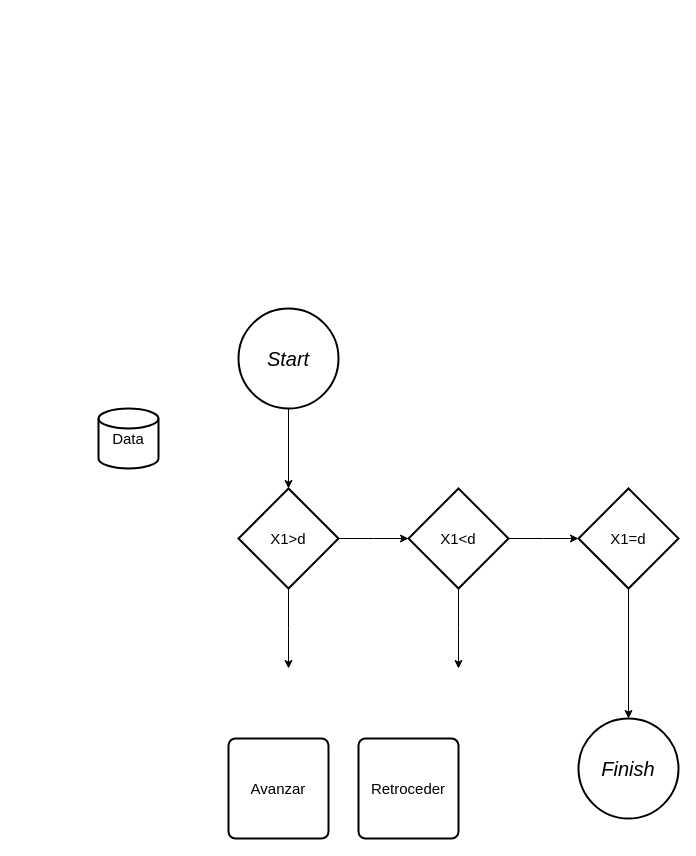
Above: MecTecTp2.drawio in Tmas-mnslla-pnzzo/Calculadora-de-Vectores (draw.io), before the change. Source tidied: cells renumbered, new cells numbered last; positions are measured from the earlier drawing's top-left corner, leaving out a move shared by most shapes. Both pictures are drawn from the tidied source at 100%, with x=0, y=0 at pixel (98, 308).
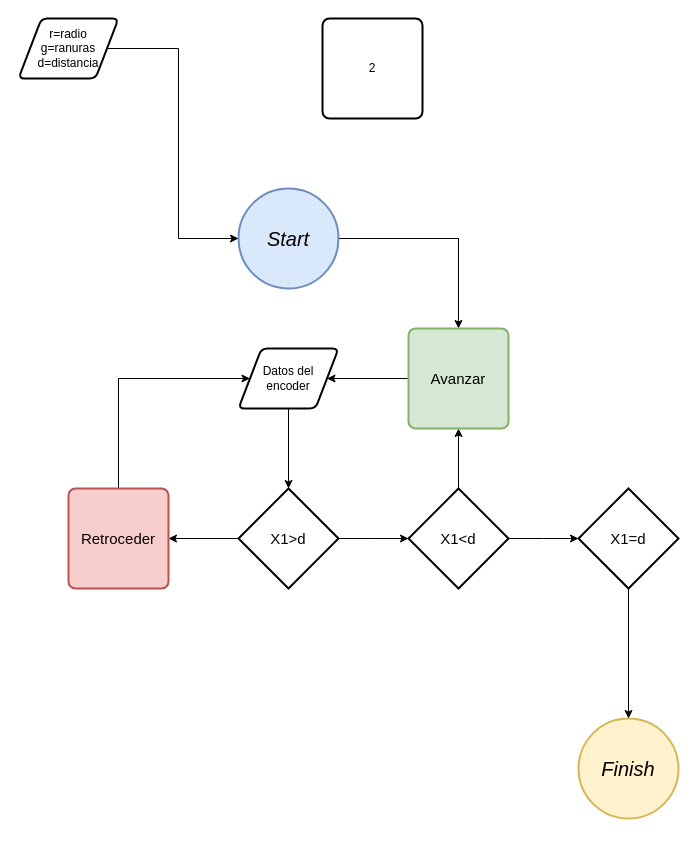
After the change.

Unchanged cells that the change refers to:
```xml
<mxCell id="4" value="&lt;font style=&quot;font-size: 15px;&quot;&gt;X1&amp;gt;d&lt;/font&gt;" style="strokeWidth=2;html=1;shape=mxgraph.flowchart.decision;whiteSpace=wrap;" parent="1" vertex="1">
  <mxGeometry x="140" y="180" width="100" height="100" as="geometry" />
</mxCell>
<mxCell id="11" value="&lt;font style=&quot;font-size: 15px;&quot;&gt;X1&amp;lt;d&lt;/font&gt;" style="strokeWidth=2;html=1;shape=mxgraph.flowchart.decision;whiteSpace=wrap;" parent="1" vertex="1">
  <mxGeometry x="310" y="180" width="100" height="100" as="geometry" />
</mxCell>
```

What changed in the source:
```diff
@@
-    <mxCell id="2" style="edgeStyle=orthogonalEdgeStyle;rounded=0;jettySize=auto;html=1;exitX=0.5;exitY=1;exitDx=0;exitDy=0;exitPerimeter=0;" parent="1" edge="1" source="4">
-      <mxGeometry relative="1" as="geometry">
-        <mxPoint x="190" y="360" as="targetPoint" />
-        <Array as="points">
-          <mxPoint x="190" y="320" />
-          <mxPoint x="190" y="320" />
-        </Array>
-      </mxGeometry>
-    </mxCell>
@@
+    <mxCell id="16" style="edgeStyle=orthogonalEdgeStyle;rounded=0;jettySize=auto;html=1;exitX=0;exitY=0.5;exitDx=0;exitDy=0;exitPerimeter=0;entryX=1;entryY=0.5;entryDx=0;entryDy=0;labelBorderColor=none;" parent="1" edge="1" source="4" target="15">
+      <mxGeometry relative="1" as="geometry" />
+    </mxCell>
@@
-    <mxCell id="5" style="edgeStyle=orthogonalEdgeStyle;rounded=0;jettySize=auto;html=1;entryX=0.5;entryY=0;entryDx=0;entryDy=0;entryPerimeter=0;" parent="1" edge="1" source="6" target="4">
+    <mxCell id="5" style="edgeStyle=orthogonalEdgeStyle;rounded=0;jettySize=auto;html=1;entryX=0.5;entryY=0;entryDx=0;entryDy=0;" parent="1" edge="1" source="6" target="14">
       <mxGeometry relative="1" as="geometry" />
     </mxCell>
-    <mxCell id="6" value="&lt;font style=&quot;font-size: 20px;&quot;&gt;&lt;i&gt;Start&lt;/i&gt;&lt;/font&gt;" style="strokeWidth=2;html=1;shape=mxgraph.flowchart.start_2;whiteSpace=wrap;" parent="1" vertex="1">
-      <mxGeometry x="140" width="100" height="100" as="geometry" />
+    <mxCell id="6" value="&lt;font style=&quot;font-size: 20px;&quot;&gt;&lt;i&gt;Start&lt;/i&gt;&lt;/font&gt;" style="strokeWidth=2;html=1;shape=mxgraph.flowchart.start_2;whiteSpace=wrap;fillColor=#dae8fc;strokeColor=#6c8ebf;" parent="1" vertex="1">
+      <mxGeometry x="140" y="-120" width="100" height="100" as="geometry" />
     </mxCell>
-    <mxCell id="7" value="&lt;font style=&quot;font-size: 15px;&quot;&gt;Data&lt;/font&gt;" style="strokeWidth=2;html=1;shape=mxgraph.flowchart.database;whiteSpace=wrap;" parent="1" vertex="1">
-      <mxGeometry y="100" width="60" height="60" as="geometry" />
-    </mxCell>
-    <mxCell id="8" value="&lt;i&gt;&lt;font style=&quot;font-size: 20px;&quot;&gt;Finish&lt;/font&gt;&lt;/i&gt;" style="strokeWidth=2;html=1;shape=mxgraph.flowchart.start_2;whiteSpace=wrap;align=center;" parent="1" vertex="1">
+    <mxCell id="8" value="&lt;i&gt;&lt;font style=&quot;font-size: 20px;&quot;&gt;Finish&lt;/font&gt;&lt;/i&gt;" style="strokeWidth=2;html=1;shape=mxgraph.flowchart.start_2;whiteSpace=wrap;align=center;fillColor=#fff2cc;strokeColor=#d6b656;" parent="1" vertex="1">
       <mxGeometry x="480" y="410" width="100" height="100" as="geometry" />
     </mxCell>
-    <mxCell id="9" style="edgeStyle=orthogonalEdgeStyle;rounded=0;jettySize=auto;html=1;exitX=0.5;exitY=1;exitDx=0;exitDy=0;exitPerimeter=0;" parent="1" edge="1" source="11">
-      <mxGeometry relative="1" as="geometry">
-        <mxPoint x="360" y="360" as="targetPoint" />
-      </mxGeometry>
-    </mxCell>
@@
+    <mxCell id="17" style="edgeStyle=orthogonalEdgeStyle;rounded=0;jettySize=auto;html=1;exitX=0.5;exitY=0;exitDx=0;exitDy=0;exitPerimeter=0;entryX=0.5;entryY=1;entryDx=0;entryDy=0;" parent="1" edge="1" source="11" target="14">
+      <mxGeometry relative="1" as="geometry" />
+    </mxCell>
@@
+    <mxCell id="18" style="edgeStyle=orthogonalEdgeStyle;rounded=0;jettySize=auto;html=1;exitX=0;exitY=0.5;exitDx=0;exitDy=0;entryX=1;entryY=0.5;entryDx=0;entryDy=0;" parent="1" edge="1" source="14" target="23">
+      <mxGeometry relative="1" as="geometry" />
+    </mxCell>
-    <mxCell id="14" value="&lt;font style=&quot;font-size: 15px;&quot;&gt;Avanzar&lt;/font&gt;" style="rounded=1;whiteSpace=wrap;html=1;absoluteArcSize=1;arcSize=14;strokeWidth=2;" parent="1" vertex="1">
-      <mxGeometry x="130" y="430" width="100" height="100" as="geometry" />
+    <mxCell id="14" value="&lt;font style=&quot;font-size: 15px;&quot;&gt;Avanzar&lt;/font&gt;" style="rounded=1;whiteSpace=wrap;html=1;absoluteArcSize=1;arcSize=14;strokeWidth=2;fillColor=#d5e8d4;strokeColor=#82b366;" parent="1" vertex="1">
+      <mxGeometry x="310" y="20" width="100" height="100" as="geometry" />
     </mxCell>
+    <mxCell id="19" style="edgeStyle=orthogonalEdgeStyle;rounded=0;jettySize=auto;html=1;exitX=0.5;exitY=0;exitDx=0;exitDy=0;entryX=0;entryY=0.5;entryDx=0;entryDy=0;" parent="1" edge="1" source="15" target="23">
+      <mxGeometry relative="1" as="geometry">
+        <Array as="points">
+          <mxPoint x="20" y="70" />
+        </Array>
+      </mxGeometry>
+    </mxCell>
-    <mxCell id="15" value="&lt;font style=&quot;font-size: 15px;&quot;&gt;Retroceder&lt;/font&gt;" style="rounded=1;whiteSpace=wrap;html=1;absoluteArcSize=1;arcSize=14;strokeWidth=2;" parent="1" vertex="1">
-      <mxGeometry x="260" y="430" width="100" height="100" as="geometry" />
+    <mxCell id="15" value="&lt;font style=&quot;font-size: 15px;&quot;&gt;Retroceder&lt;/font&gt;" style="rounded=1;whiteSpace=wrap;html=1;absoluteArcSize=1;arcSize=14;strokeWidth=2;fillColor=#f8cecc;strokeColor=#b85450;" parent="1" vertex="1">
+      <mxGeometry x="-30" y="180" width="100" height="100" as="geometry" />
     </mxCell>
+    <mxCell id="20" style="edgeStyle=orthogonalEdgeStyle;rounded=0;jettySize=auto;html=1;exitX=1;exitY=0.5;exitDx=0;exitDy=0;entryX=0;entryY=0.5;entryDx=0;entryDy=0;entryPerimeter=0;" parent="1" edge="1" source="21" target="6">
+      <mxGeometry relative="1" as="geometry" />
+    </mxCell>
+    <mxCell id="21" value="r=radio&lt;br&gt;g=ranuras&lt;br&gt;d=distancia" style="shape=parallelogram;html=1;strokeWidth=2;perimeter=parallelogramPerimeter;whiteSpace=wrap;rounded=1;arcSize=12;size=0.23;" parent="1" vertex="1">
+      <mxGeometry x="-80" y="-290" width="100" height="60" as="geometry" />
+    </mxCell>
+    <mxCell id="22" style="edgeStyle=orthogonalEdgeStyle;rounded=0;jettySize=auto;html=1;exitX=0.5;exitY=1;exitDx=0;exitDy=0;entryX=0.5;entryY=0;entryDx=0;entryDy=0;entryPerimeter=0;" parent="1" edge="1" source="23" target="4">
+      <mxGeometry relative="1" as="geometry" />
+    </mxCell>
+    <mxCell id="23" value="Datos del&lt;br&gt;encoder" style="shape=parallelogram;html=1;strokeWidth=2;perimeter=parallelogramPerimeter;whiteSpace=wrap;rounded=1;arcSize=12;size=0.23;" parent="1" vertex="1">
+      <mxGeometry x="140" y="40" width="100" height="60" as="geometry" />
+    </mxCell>
+    <mxCell id="24" value="2" style="rounded=1;whiteSpace=wrap;html=1;absoluteArcSize=1;arcSize=14;strokeWidth=2;" parent="1" vertex="1">
+      <mxGeometry x="224" y="-290" width="100" height="100" as="geometry" />
+    </mxCell>
```
